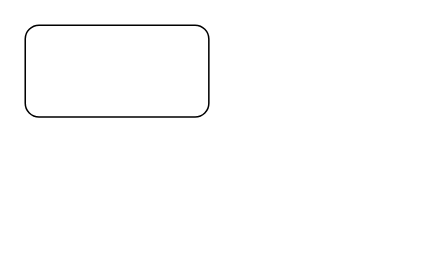
Before: Untitled Diagram.drawio in sudiptobd/diagrams, a draw.io diagram. Source tidied: cells renumbered, new cells numbered last; positions are measured from the earlier drawing's top-left corner, leaving out a move shared by most shapes. Both pictures are drawn from the tidied source at 153%, with x=0, y=0 at pixel (24, 24).
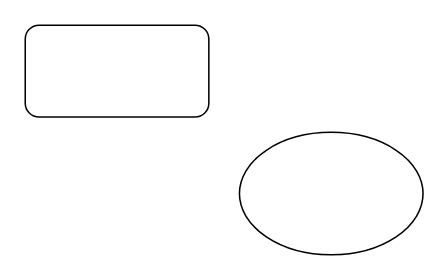
After the change.

Change to the diagram source:
```diff
@@
 <mxGraphModel>
   <root>
     <mxCell id="0" />
     <mxCell id="1" parent="0" />
     <mxCell id="2" style="rounded=1;whiteSpace=wrap;html=1;" parent="1" vertex="1">
       <mxGeometry width="120" height="60" as="geometry" />
     </mxCell>
+    <mxCell id="3" style="ellipse;whiteSpace=wrap;html=1;" parent="1" vertex="1">
+      <mxGeometry x="140" y="70" width="120" height="80" as="geometry" />
+    </mxCell>
   </root>
 </mxGraphModel>
```
